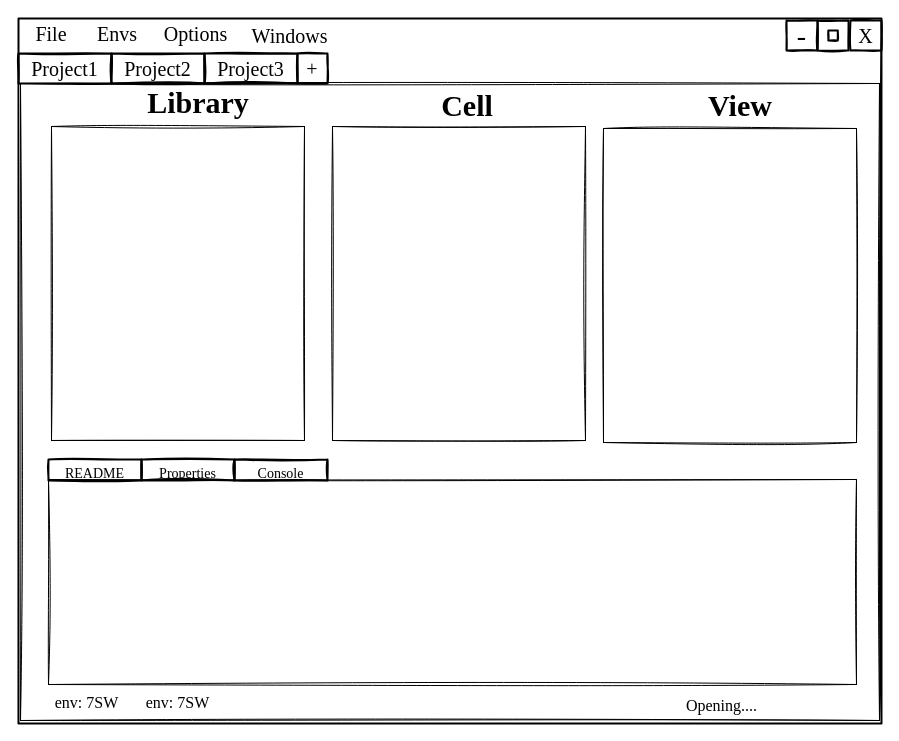
Above: docs/imgs/viper_project_manager_mockup.drawio in cascode-labs/viper (draw.io), before the change. Source tidied: cells renumbered, new cells numbered last; positions are measured from the earlier drawing's top-left corner, leaving out a move shared by most shapes. Both pictures are drawn from the tidied source at 100%, with x=0, y=0 at pixel (18, 18).
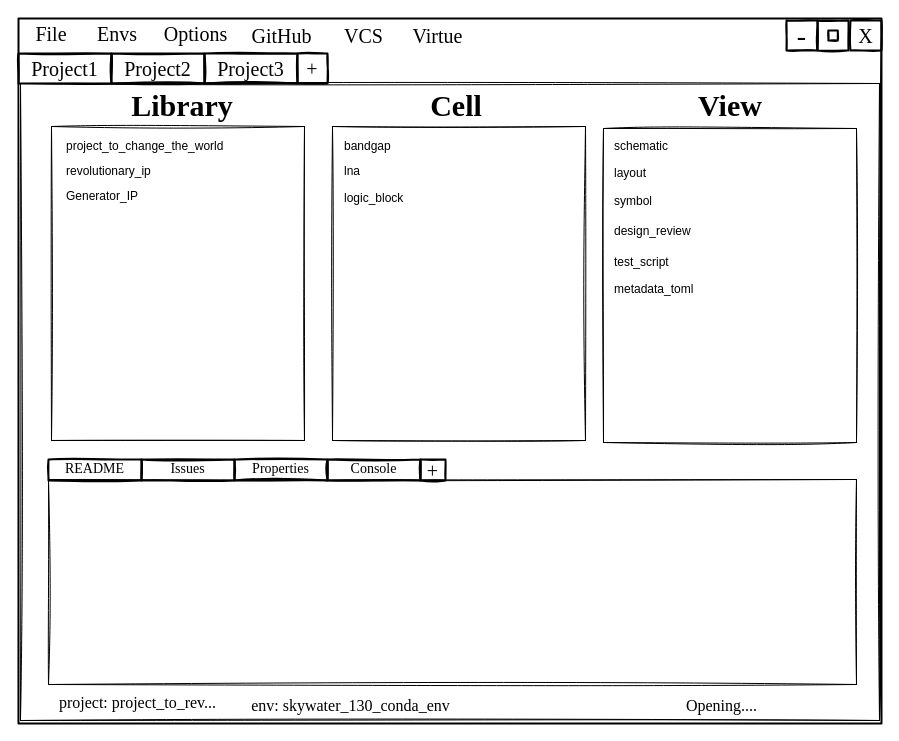
Above is the later version.

Commit message (it also covers changes not shown here):
Update the project management gui mockup

Diff of the diagram source:
```diff
@@
     <mxCell id="5" value="&lt;h2&gt;&lt;font face=&quot;Times New Roman&quot;&gt;Library&lt;/font&gt;&lt;/h2&gt;" style="text;strokeColor=none;fillColor=none;html=1;align=center;verticalAlign=middle;whiteSpace=wrap;rounded=0;sketch=1;hachureGap=4;fontFamily=Architects Daughter;fontSize=20;" parent="1" vertex="1">
-      <mxGeometry x="150" y="70" width="60" height="30" as="geometry" />
+      <mxGeometry x="134" y="73" width="60" height="30" as="geometry" />
     </mxCell>
     <mxCell id="6" value="&lt;h2&gt;&lt;font face=&quot;Times New Roman&quot;&gt;Cell&lt;/font&gt;&lt;/h2&gt;" style="text;strokeColor=none;fillColor=none;html=1;align=center;verticalAlign=middle;whiteSpace=wrap;rounded=0;sketch=1;hachureGap=4;fontFamily=Architects Daughter;fontSize=20;" parent="1" vertex="1">
-      <mxGeometry x="419" y="73" width="60" height="30" as="geometry" />
+      <mxGeometry x="408" y="73" width="60" height="30" as="geometry" />
     </mxCell>
     <mxCell id="7" value="&lt;h2&gt;&lt;font face=&quot;Times New Roman&quot;&gt;View&lt;/font&gt;&lt;/h2&gt;" style="text;strokeColor=none;fillColor=none;html=1;align=center;verticalAlign=middle;whiteSpace=wrap;rounded=0;sketch=1;hachureGap=4;fontFamily=Architects Daughter;fontSize=20;" parent="1" vertex="1">
-      <mxGeometry x="692" y="73" width="60" height="30" as="geometry" />
+      <mxGeometry x="681.5" y="73" width="60" height="30" as="geometry" />
     </mxCell>
@@
-    <mxCell id="20" value="&lt;font style=&quot;font-size: 14px&quot;&gt;README&lt;/font&gt;" style="text;html=1;align=center;verticalAlign=middle;whiteSpace=wrap;rounded=0;sketch=1;hachureGap=4;fontFamily=Times New Roman;fontSize=20;strokeWidth=2;strokeColor=default;" parent="1" vertex="1">
+    <mxCell id="20" value="&lt;font style=&quot;font-size: 14px&quot;&gt;README&lt;/font&gt;" style="text;html=1;align=center;verticalAlign=bottom;whiteSpace=wrap;rounded=0;sketch=1;hachureGap=4;fontFamily=Times New Roman;fontSize=20;strokeWidth=2;strokeColor=default;" parent="1" vertex="1">
       <mxGeometry x="30" y="441" width="93" height="21" as="geometry" />
     </mxCell>
@@
-    <mxCell id="23" value="&lt;font style=&quot;font-size: 14px&quot;&gt;Properties&lt;/font&gt;" style="text;html=1;align=center;verticalAlign=middle;whiteSpace=wrap;rounded=0;sketch=1;hachureGap=4;fontFamily=Times New Roman;fontSize=20;strokeWidth=2;strokeColor=default;" parent="1" vertex="1">
-      <mxGeometry x="123" y="441" width="93" height="21" as="geometry" />
+    <mxCell id="23" value="&lt;font style=&quot;font-size: 14px&quot;&gt;Properties&lt;/font&gt;" style="text;html=1;align=center;verticalAlign=bottom;whiteSpace=wrap;rounded=0;sketch=1;hachureGap=4;fontFamily=Times New Roman;fontSize=20;strokeWidth=2;strokeColor=default;" parent="1" vertex="1">
+      <mxGeometry x="216" y="441" width="93" height="21" as="geometry" />
     </mxCell>
-    <mxCell id="24" value="&lt;font style=&quot;font-size: 14px&quot;&gt;Console&lt;/font&gt;" style="text;html=1;align=center;verticalAlign=middle;whiteSpace=wrap;rounded=0;sketch=1;hachureGap=4;fontFamily=Times New Roman;fontSize=20;strokeWidth=2;strokeColor=default;" parent="1" vertex="1">
-      <mxGeometry x="216" y="441" width="93" height="21" as="geometry" />
+    <mxCell id="24" value="&lt;font style=&quot;font-size: 14px&quot;&gt;Console&lt;/font&gt;" style="text;html=1;align=center;verticalAlign=bottom;whiteSpace=wrap;rounded=0;sketch=1;hachureGap=4;fontFamily=Times New Roman;fontSize=20;strokeWidth=2;strokeColor=default;" parent="1" vertex="1">
+      <mxGeometry x="309" y="441" width="93" height="21" as="geometry" />
     </mxCell>
@@
-    <mxCell id="26" value="env: 7SW" style="text;strokeColor=none;fillColor=none;html=1;align=center;verticalAlign=middle;whiteSpace=wrap;rounded=0;sketch=1;hachureGap=4;fontFamily=Times New Roman;fontSize=16;" parent="1" vertex="1">
-      <mxGeometry x="30" y="669" width="77" height="30" as="geometry" />
+    <mxCell id="26" value="project: project_to_rev..." style="text;strokeColor=none;fillColor=none;html=1;align=center;verticalAlign=middle;whiteSpace=wrap;rounded=0;sketch=1;hachureGap=4;fontFamily=Times New Roman;fontSize=16;" parent="1" vertex="1">
+      <mxGeometry x="30" y="669" width="179" height="30" as="geometry" />
     </mxCell>
-    <mxCell id="27" value="env: 7SW" style="text;strokeColor=none;fillColor=none;html=1;align=center;verticalAlign=middle;whiteSpace=wrap;rounded=0;sketch=1;hachureGap=4;fontFamily=Times New Roman;fontSize=16;" parent="1" vertex="1">
-      <mxGeometry x="121" y="669" width="77" height="30" as="geometry" />
+    <mxCell id="27" value="env: skywater_130_conda_env" style="text;strokeColor=none;fillColor=none;html=1;align=center;verticalAlign=middle;whiteSpace=wrap;rounded=0;sketch=1;hachureGap=4;fontFamily=Times New Roman;fontSize=16;" parent="1" vertex="1">
+      <mxGeometry x="223" y="672" width="219" height="30" as="geometry" />
     </mxCell>
-    <mxCell id="28" value="Windows" style="text;html=1;align=center;verticalAlign=middle;whiteSpace=wrap;rounded=0;sketch=1;hachureGap=4;fontFamily=Times New Roman;fontSize=20;strokeWidth=2;strokeColor=none;" parent="1" vertex="1">
-      <mxGeometry x="226" y="2" width="91" height="30" as="geometry" />
+    <mxCell id="28" value="Virtue" style="text;html=1;align=center;verticalAlign=middle;whiteSpace=wrap;rounded=0;sketch=1;hachureGap=4;fontFamily=Times New Roman;fontSize=20;strokeWidth=2;strokeColor=none;" parent="1" vertex="1">
+      <mxGeometry x="374" y="2" width="91" height="30" as="geometry" />
     </mxCell>
+    <mxCell id="29" value="&lt;font style=&quot;font-size: 14px&quot;&gt;Issues&lt;/font&gt;" style="text;html=1;align=center;verticalAlign=bottom;whiteSpace=wrap;rounded=0;sketch=1;hachureGap=4;fontFamily=Times New Roman;fontSize=20;strokeWidth=2;strokeColor=default;" parent="1" vertex="1">
+      <mxGeometry x="123" y="441" width="93" height="21" as="geometry" />
+    </mxCell>
+    <mxCell id="30" value="VCS" style="text;html=1;align=center;verticalAlign=middle;whiteSpace=wrap;rounded=0;sketch=1;hachureGap=4;fontFamily=Times New Roman;fontSize=20;strokeWidth=2;strokeColor=none;" parent="1" vertex="1">
+      <mxGeometry x="317" y="2" width="57" height="30" as="geometry" />
+    </mxCell>
+    <mxCell id="31" value="GitHub" style="text;html=1;align=center;verticalAlign=middle;whiteSpace=wrap;rounded=0;sketch=1;hachureGap=4;fontFamily=Times New Roman;fontSize=20;strokeWidth=2;strokeColor=none;" parent="1" vertex="1">
+      <mxGeometry x="186" y="2" width="155" height="30" as="geometry" />
+    </mxCell>
+    <mxCell id="32" value="+" style="text;html=1;align=center;verticalAlign=middle;whiteSpace=wrap;rounded=0;sketch=1;hachureGap=4;fontFamily=Times New Roman;fontSize=20;strokeWidth=2;strokeColor=default;" parent="1" vertex="1">
+      <mxGeometry x="402" y="441" width="25" height="21" as="geometry" />
+    </mxCell>
+    <mxCell id="33" value="Generator_IP" style="text;html=1;strokeColor=none;fillColor=none;align=left;verticalAlign=middle;whiteSpace=wrap;rounded=0;" parent="1" vertex="1">
+      <mxGeometry x="46" y="165" width="77" height="25" as="geometry" />
+    </mxCell>
+    <mxCell id="34" value="project_to_change_the_world" style="text;html=1;strokeColor=none;fillColor=none;align=left;verticalAlign=middle;whiteSpace=wrap;rounded=0;" parent="1" vertex="1">
+      <mxGeometry x="45.5" y="115" width="170.5" height="25" as="geometry" />
+    </mxCell>
+    <mxCell id="35" value="revolutionary_ip" style="text;html=1;strokeColor=none;fillColor=none;align=left;verticalAlign=middle;whiteSpace=wrap;rounded=0;" parent="1" vertex="1">
+      <mxGeometry x="45.5" y="140" width="170.5" height="25" as="geometry" />
+    </mxCell>
+    <mxCell id="36" value="bandgap" style="text;html=1;strokeColor=none;fillColor=none;align=left;verticalAlign=middle;whiteSpace=wrap;rounded=0;" parent="1" vertex="1">
+      <mxGeometry x="324" y="115" width="170.5" height="25" as="geometry" />
+    </mxCell>
+    <mxCell id="37" value="lna" style="text;html=1;strokeColor=none;fillColor=none;align=left;verticalAlign=middle;whiteSpace=wrap;rounded=0;" parent="1" vertex="1">
+      <mxGeometry x="324" y="140" width="170.5" height="25" as="geometry" />
+    </mxCell>
+    <mxCell id="38" value="logic_block" style="text;html=1;strokeColor=none;fillColor=none;align=left;verticalAlign=middle;whiteSpace=wrap;rounded=0;" parent="1" vertex="1">
+      <mxGeometry x="324" y="167" width="170.5" height="25" as="geometry" />
+    </mxCell>
+    <mxCell id="39" value="schematic" style="text;html=1;strokeColor=none;fillColor=none;align=left;verticalAlign=middle;whiteSpace=wrap;rounded=0;" parent="1" vertex="1">
+      <mxGeometry x="594" y="115" width="170.5" height="25" as="geometry" />
+    </mxCell>
+    <mxCell id="40" value="layout" style="text;html=1;strokeColor=none;fillColor=none;align=left;verticalAlign=middle;whiteSpace=wrap;rounded=0;" parent="1" vertex="1">
+      <mxGeometry x="594" y="142" width="170.5" height="25" as="geometry" />
+    </mxCell>
+    <mxCell id="41" value="symbol" style="text;html=1;strokeColor=none;fillColor=none;align=left;verticalAlign=middle;whiteSpace=wrap;rounded=0;" parent="1" vertex="1">
+      <mxGeometry x="594" y="170" width="170.5" height="25" as="geometry" />
+    </mxCell>
+    <mxCell id="42" value="design_review" style="text;html=1;strokeColor=none;fillColor=none;align=left;verticalAlign=middle;whiteSpace=wrap;rounded=0;" parent="1" vertex="1">
+      <mxGeometry x="594" y="200" width="170.5" height="25" as="geometry" />
+    </mxCell>
+    <mxCell id="43" value="test_script" style="text;html=1;strokeColor=none;fillColor=none;align=left;verticalAlign=middle;whiteSpace=wrap;rounded=0;" parent="1" vertex="1">
+      <mxGeometry x="594" y="231" width="170.5" height="25" as="geometry" />
+    </mxCell>
+    <mxCell id="44" value="metadata_toml" style="text;html=1;strokeColor=none;fillColor=none;align=left;verticalAlign=middle;whiteSpace=wrap;rounded=0;" parent="1" vertex="1">
+      <mxGeometry x="594" y="258" width="170.5" height="25" as="geometry" />
+    </mxCell>
```
